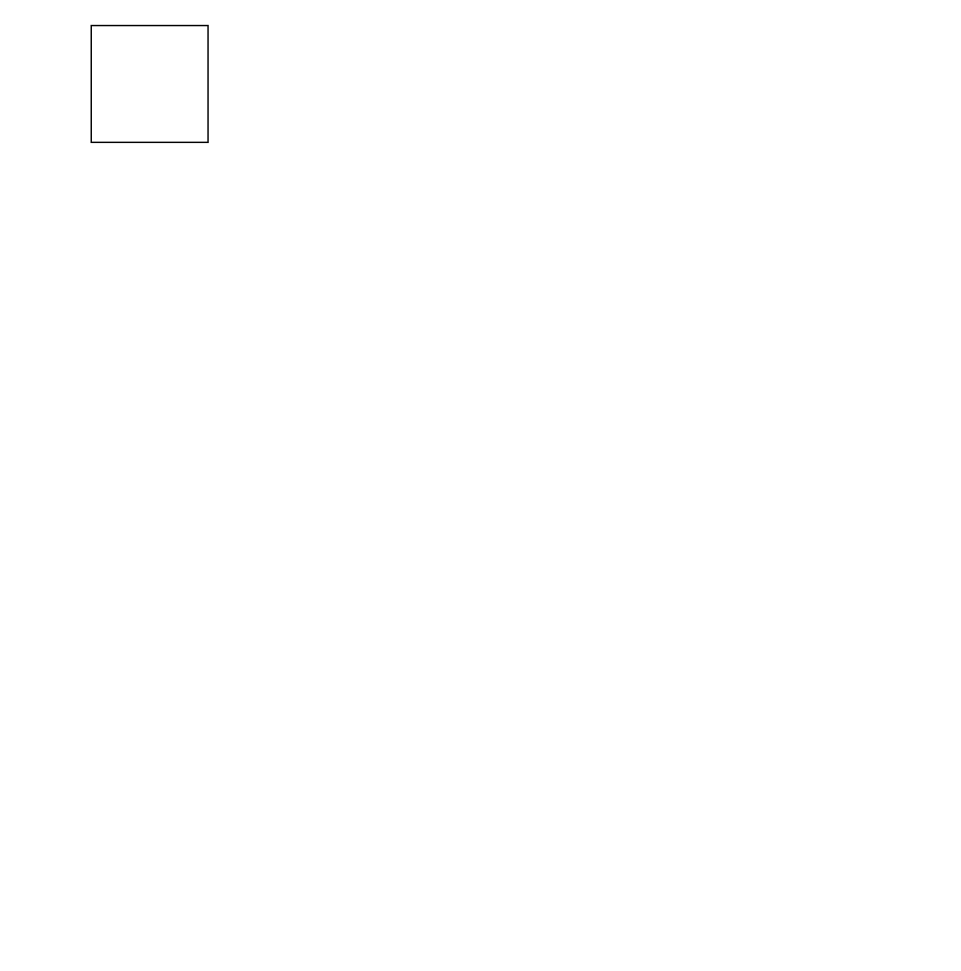
Earlier version of the draw.io diagram df.drawio (RaghulJ02/chatapp). Source tidied: cells renumbered, new cells numbered last; positions are measured from the earlier drawing's top-left corner, leaving out a move shared by most shapes. Both pictures are drawn from the tidied source at 146%, with x=0, y=0 at pixel (91, 25).
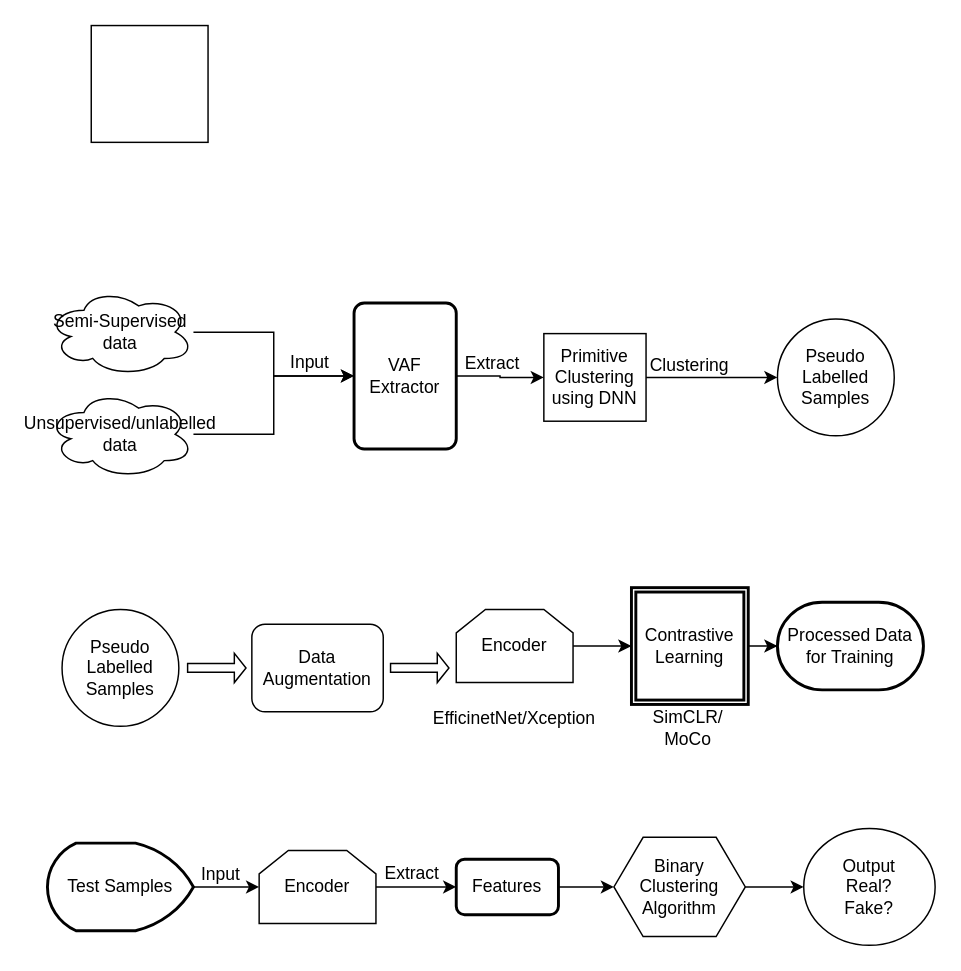
The same diagram, later.

Change to the diagram source:
```diff
@@
+    <mxCell id="3" style="edgeStyle=orthogonalEdgeStyle;rounded=0;jettySize=auto;html=1;" parent="1" edge="1" source="4" target="8">
+      <mxGeometry relative="1" as="geometry" />
+    </mxCell>
+    <mxCell id="4" value="Semi-Supervised data" style="ellipse;shape=cloud;whiteSpace=wrap;html=1;align=center;" parent="1" vertex="1">
+      <mxGeometry x="-30" y="180" width="100" height="60" as="geometry" />
+    </mxCell>
+    <mxCell id="5" style="edgeStyle=orthogonalEdgeStyle;rounded=0;jettySize=auto;html=1;" parent="1" edge="1" source="6" target="8">
+      <mxGeometry relative="1" as="geometry" />
+    </mxCell>
+    <mxCell id="6" value="Unsupervised/unlabelled data" style="ellipse;shape=cloud;whiteSpace=wrap;html=1;align=center;" parent="1" vertex="1">
+      <mxGeometry x="-30" y="250" width="100" height="60" as="geometry" />
+    </mxCell>
+    <mxCell id="7" style="edgeStyle=orthogonalEdgeStyle;rounded=0;jettySize=auto;html=1;entryX=0;entryY=0.5;entryDx=0;entryDy=0;" parent="1" edge="1" source="8" target="10">
+      <mxGeometry relative="1" as="geometry" />
+    </mxCell>
+    <mxCell id="8" value="VAF Extractor" style="rounded=1;whiteSpace=wrap;html=1;absoluteArcSize=1;arcSize=14;strokeWidth=2;" parent="1" vertex="1">
+      <mxGeometry x="180" y="190" width="70" height="100" as="geometry" />
+    </mxCell>
+    <mxCell id="9" style="edgeStyle=orthogonalEdgeStyle;rounded=0;jettySize=auto;html=1;entryX=0;entryY=0.5;entryDx=0;entryDy=0;" parent="1" edge="1" source="10" target="13">
+      <mxGeometry relative="1" as="geometry" />
+    </mxCell>
+    <mxCell id="10" value="Primitive Clustering using DNN" style="rounded=0;whiteSpace=wrap;html=1;" parent="1" vertex="1">
+      <mxGeometry x="310" y="211" width="70" height="60" as="geometry" />
+    </mxCell>
+    <mxCell id="11" value="&lt;div&gt;Input&lt;/div&gt;" style="text;html=1;align=center;verticalAlign=middle;whiteSpace=wrap;rounded=0;" parent="1" vertex="1">
+      <mxGeometry x="120" y="216" width="60" height="30" as="geometry" />
+    </mxCell>
+    <mxCell id="12" value="Extract" style="text;html=1;align=center;verticalAlign=middle;whiteSpace=wrap;rounded=0;" parent="1" vertex="1">
+      <mxGeometry x="245" y="217" width="60" height="30" as="geometry" />
+    </mxCell>
+    <mxCell id="13" value="Pseudo Labelled Samples" style="ellipse;whiteSpace=wrap;html=1;" parent="1" vertex="1">
+      <mxGeometry x="470" y="201" width="80" height="80" as="geometry" />
+    </mxCell>
+    <mxCell id="14" value="Clustering" style="text;html=1;align=center;verticalAlign=middle;whiteSpace=wrap;rounded=0;" parent="1" vertex="1">
+      <mxGeometry x="380" y="218" width="60" height="30" as="geometry" />
+    </mxCell>
+    <mxCell id="15" value="Pseudo Labelled Samples" style="ellipse;whiteSpace=wrap;html=1;" parent="1" vertex="1">
+      <mxGeometry x="-20" y="400" width="80" height="80" as="geometry" />
+    </mxCell>
+    <mxCell id="16" value="Data Augmentation" style="rounded=1;whiteSpace=wrap;html=1;" parent="1" vertex="1">
+      <mxGeometry x="110" y="410" width="90" height="60" as="geometry" />
+    </mxCell>
+    <mxCell id="17" style="shape=singleArrow;whiteSpace=wrap;html=1;" parent="1" vertex="1">
+      <mxGeometry x="66" y="430" width="40" height="20" as="geometry" />
+    </mxCell>
+    <mxCell id="18" style="edgeStyle=orthogonalEdgeStyle;rounded=0;jettySize=auto;html=1;entryX=0;entryY=0.5;entryDx=0;entryDy=0;" parent="1" edge="1" source="19" target="22">
+      <mxGeometry relative="1" as="geometry" />
+    </mxCell>
+    <mxCell id="19" value="Encoder" style="shape=loopLimit;whiteSpace=wrap;html=1;" parent="1" vertex="1">
+      <mxGeometry x="250" y="400" width="80" height="50" as="geometry" />
+    </mxCell>
+    <mxCell id="20" style="shape=singleArrow;whiteSpace=wrap;html=1;" parent="1" vertex="1">
+      <mxGeometry x="205" y="430" width="40" height="20" as="geometry" />
+    </mxCell>
+    <mxCell id="21" value="EfficinetNet/Xception" style="text;html=1;align=center;verticalAlign=middle;whiteSpace=wrap;rounded=0;" parent="1" vertex="1">
+      <mxGeometry x="260" y="460" width="60" height="30" as="geometry" />
+    </mxCell>
+    <mxCell id="22" value="Contrastive Learning" style="shape=ext;double=1;whiteSpace=wrap;html=1;strokeWidth=2;" parent="1" vertex="1">
+      <mxGeometry x="370" y="385" width="80" height="80" as="geometry" />
+    </mxCell>
+    <mxCell id="23" value="&lt;div&gt;SimCLR/&lt;/div&gt;&lt;div&gt;MoCo&lt;br&gt;&lt;/div&gt;" style="text;html=1;align=center;verticalAlign=middle;whiteSpace=wrap;rounded=0;" parent="1" vertex="1">
+      <mxGeometry x="379" y="466" width="60" height="30" as="geometry" />
+    </mxCell>
+    <mxCell id="24" value="Processed Data for Training" style="strokeWidth=2;html=1;shape=mxgraph.flowchart.terminator;whiteSpace=wrap;" parent="1" vertex="1">
+      <mxGeometry x="470" y="395" width="100" height="60" as="geometry" />
+    </mxCell>
+    <mxCell id="25" style="edgeStyle=orthogonalEdgeStyle;rounded=0;jettySize=auto;html=1;entryX=0;entryY=0.5;entryDx=0;entryDy=0;entryPerimeter=0;" parent="1" edge="1" source="22" target="24">
+      <mxGeometry relative="1" as="geometry" />
+    </mxCell>
+    <mxCell id="26" style="edgeStyle=orthogonalEdgeStyle;rounded=0;jettySize=auto;html=1;" parent="1" edge="1" source="27" target="29">
+      <mxGeometry relative="1" as="geometry" />
+    </mxCell>
+    <mxCell id="27" value="Test Samples" style="strokeWidth=2;html=1;shape=mxgraph.flowchart.display;whiteSpace=wrap;direction=west;" parent="1" vertex="1">
+      <mxGeometry x="-30" y="560" width="100" height="60" as="geometry" />
+    </mxCell>
+    <mxCell id="28" style="edgeStyle=orthogonalEdgeStyle;rounded=0;jettySize=auto;html=1;entryX=0;entryY=0.5;entryDx=0;entryDy=0;" parent="1" edge="1" source="29" target="32">
+      <mxGeometry relative="1" as="geometry" />
+    </mxCell>
+    <mxCell id="29" value="Encoder" style="shape=loopLimit;whiteSpace=wrap;html=1;" parent="1" vertex="1">
+      <mxGeometry x="115" y="565" width="80" height="50" as="geometry" />
+    </mxCell>
+    <mxCell id="30" value="&lt;div&gt;Input&lt;/div&gt;" style="text;html=1;align=center;verticalAlign=middle;whiteSpace=wrap;rounded=0;" parent="1" vertex="1">
+      <mxGeometry x="59" y="567" width="60" height="30" as="geometry" />
+    </mxCell>
+    <mxCell id="31" style="edgeStyle=orthogonalEdgeStyle;rounded=0;jettySize=auto;html=1;entryX=0;entryY=0.5;entryDx=0;entryDy=0;" parent="1" edge="1" source="32" target="35">
+      <mxGeometry relative="1" as="geometry" />
+    </mxCell>
+    <mxCell id="32" value="Features" style="rounded=1;whiteSpace=wrap;html=1;strokeWidth=2;" parent="1" vertex="1">
+      <mxGeometry x="250" y="571" width="70" height="38" as="geometry" />
+    </mxCell>
+    <mxCell id="33" value="Extract" style="text;html=1;align=center;verticalAlign=middle;whiteSpace=wrap;rounded=0;" parent="1" vertex="1">
+      <mxGeometry x="190" y="566" width="60" height="30" as="geometry" />
+    </mxCell>
+    <mxCell id="34" style="edgeStyle=orthogonalEdgeStyle;rounded=0;jettySize=auto;html=1;" parent="1" edge="1" source="35" target="36">
+      <mxGeometry relative="1" as="geometry" />
+    </mxCell>
+    <mxCell id="35" value="&lt;div&gt;Binary Clustering&lt;/div&gt;&lt;div&gt;Algorithm&lt;br&gt;&lt;/div&gt;" style="shape=hexagon;perimeter=hexagonPerimeter2;whiteSpace=wrap;html=1;fixedSize=1;" parent="1" vertex="1">
+      <mxGeometry x="358" y="556" width="90" height="68" as="geometry" />
+    </mxCell>
+    <mxCell id="36" value="&lt;div&gt;Output&lt;/div&gt;&lt;div&gt;Real?&lt;/div&gt;&lt;div&gt;Fake?&lt;br&gt;&lt;/div&gt;" style="ellipse;whiteSpace=wrap;html=1;" parent="1" vertex="1">
+      <mxGeometry x="488" y="550" width="90" height="80" as="geometry" />
+    </mxCell>
```
